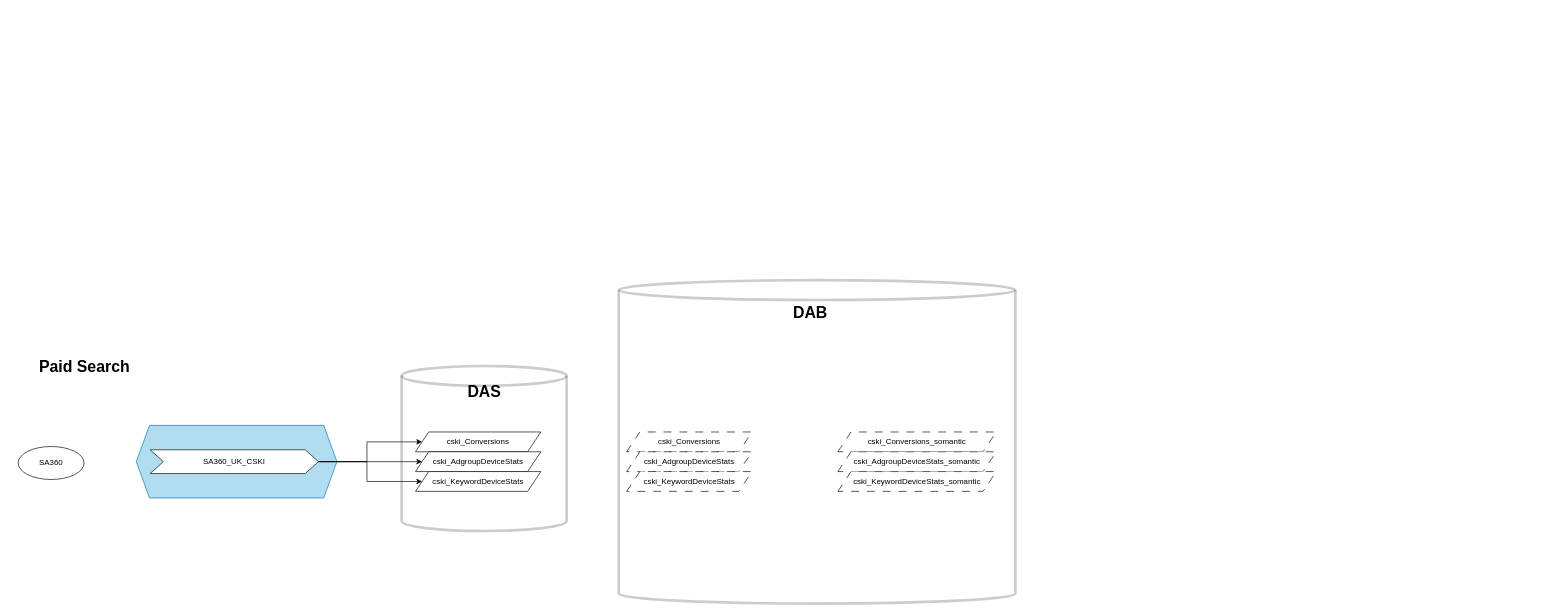
Before: cski_pipeline.drawio in DMATUI/dma_pipelines, a draw.io diagram. Source tidied: cells renumbered, new cells numbered last; positions are measured from the earlier drawing's top-left corner, leaving out a move shared by most shapes. Both pictures are drawn from the tidied source at 66%, with x=0, y=0 at pixel (18, 280).
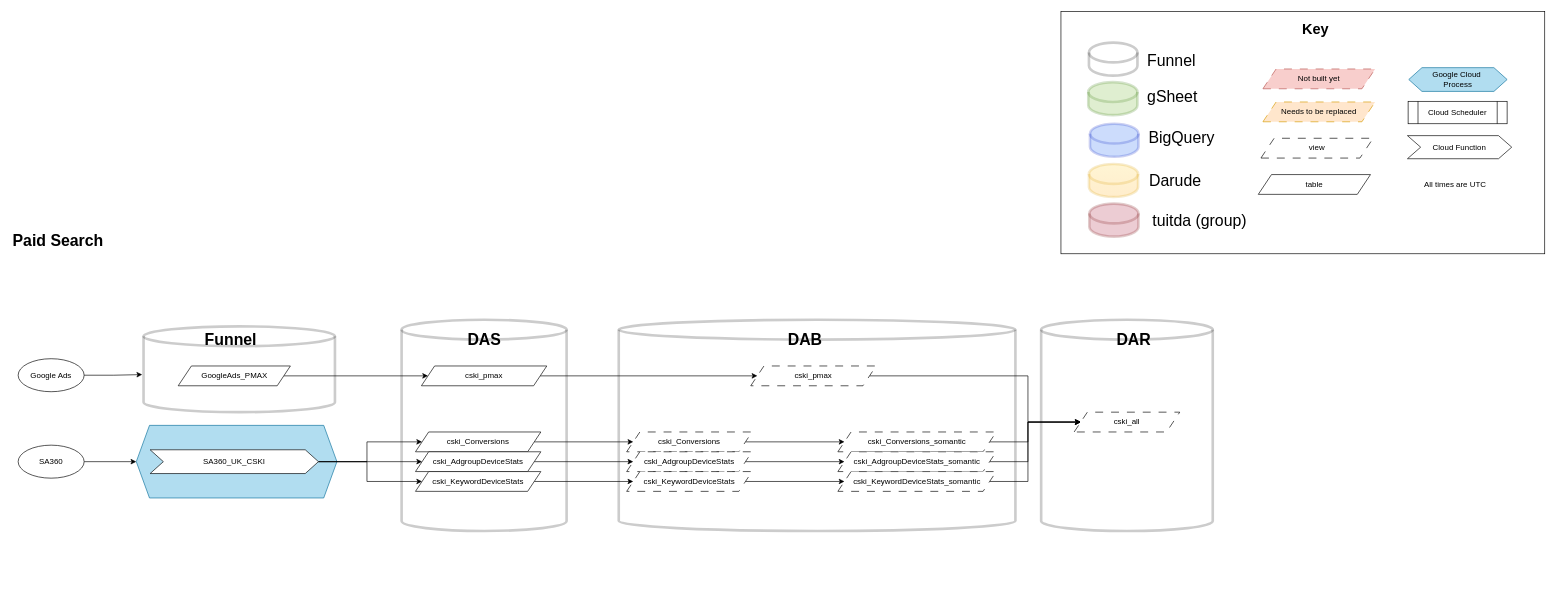
The same diagram, later.

The change refers to these unchanged cells:
```xml
<mxCell id="5" style="shape=hexagon;perimeter=hexagonPerimeter2;whiteSpace=wrap;html=1;fixedSize=1;fillColor=#b1ddf0;strokeColor=#10739e;" parent="1" vertex="1">
  <mxGeometry x="179" y="220" width="304" height="110" as="geometry" />
</mxCell>
<mxCell id="6" value="cski_Conversions" style="shape=parallelogram;perimeter=parallelogramPerimeter;whiteSpace=wrap;html=1;fixedSize=1;" parent="1" vertex="1">
  <mxGeometry x="602" y="230" width="190" height="30" as="geometry" />
</mxCell>
<mxCell id="7" value="cski_AdgroupDeviceStats" style="shape=parallelogram;perimeter=parallelogramPerimeter;whiteSpace=wrap;html=1;fixedSize=1;" parent="1" vertex="1">
  <mxGeometry x="602" y="260" width="190" height="30" as="geometry" />
</mxCell>
<mxCell id="8" value="cski_KeywordDeviceStats" style="shape=parallelogram;perimeter=parallelogramPerimeter;whiteSpace=wrap;html=1;fixedSize=1;" parent="1" vertex="1">
  <mxGeometry x="602" y="290" width="190" height="30" as="geometry" />
</mxCell>
<mxCell id="9" value="cski_Conversions" style="shape=parallelogram;perimeter=parallelogramPerimeter;whiteSpace=wrap;html=1;fixedSize=1;dashed=1;dashPattern=12 12;" parent="1" vertex="1">
  <mxGeometry x="922" y="230" width="190" height="30" as="geometry" />
</mxCell>
<mxCell id="10" value="cski_AdgroupDeviceStats" style="shape=parallelogram;perimeter=parallelogramPerimeter;whiteSpace=wrap;html=1;fixedSize=1;dashed=1;dashPattern=12 12;" parent="1" vertex="1">
  <mxGeometry x="922" y="260" width="190" height="30" as="geometry" />
</mxCell>
<mxCell id="11" value="cski_KeywordDeviceStats" style="shape=parallelogram;perimeter=parallelogramPerimeter;whiteSpace=wrap;html=1;fixedSize=1;dashed=1;dashPattern=12 12;" parent="1" vertex="1">
  <mxGeometry x="922" y="290" width="190" height="30" as="geometry" />
</mxCell>
<mxCell id="12" value="cski_Conversions_somantic" style="shape=parallelogram;perimeter=parallelogramPerimeter;whiteSpace=wrap;html=1;fixedSize=1;dashed=1;dashPattern=12 12;" parent="1" vertex="1">
  <mxGeometry x="1242" y="230" width="240" height="30" as="geometry" />
</mxCell>
<mxCell id="13" value="cski_AdgroupDeviceStats_somantic" style="shape=parallelogram;perimeter=parallelogramPerimeter;whiteSpace=wrap;html=1;fixedSize=1;dashed=1;dashPattern=12 12;" parent="1" vertex="1">
  <mxGeometry x="1242" y="260" width="240" height="30" as="geometry" />
</mxCell>
<mxCell id="14" value="cski_KeywordDeviceStats_somantic" style="shape=parallelogram;perimeter=parallelogramPerimeter;whiteSpace=wrap;html=1;fixedSize=1;dashed=1;dashPattern=12 12;" parent="1" vertex="1">
  <mxGeometry x="1242" y="290" width="240" height="30" as="geometry" />
</mxCell>
```

The edit, as a diff of the source:
```diff
@@
+    <mxCell id="22" style="shape=cylinder3;whiteSpace=wrap;html=1;boundedLbl=1;backgroundOutline=1;size=15;fillColor=light-dark(#FFFFFF,#1B6FA3);opacity=20;strokeColor=default;strokeWidth=4;" parent="1" vertex="1">
+      <mxGeometry x="1550" y="60" width="260" height="320" as="geometry" />
+    </mxCell>
     <mxCell id="2" style="shape=cylinder3;whiteSpace=wrap;html=1;boundedLbl=1;backgroundOutline=1;size=15;fillColor=light-dark(#FFFFFF,#1B6FA3);opacity=20;strokeColor=default;strokeWidth=4;" parent="1" vertex="1">
-      <mxGeometry x="910" width="601" height="490" as="geometry" />
+      <mxGeometry x="910" y="60" width="601" height="320" as="geometry" />
     </mxCell>
+    <mxCell id="23" style="edgeStyle=orthogonalEdgeStyle;rounded=0;jettySize=auto;html=1;exitX=1;exitY=0.5;exitDx=0;exitDy=0;entryX=0;entryY=0.5;entryDx=0;entryDy=0;" parent="1" edge="1" source="3" target="5">
+      <mxGeometry relative="1" as="geometry" />
+    </mxCell>
     <mxCell id="3" value="SA360" style="ellipse;whiteSpace=wrap;html=1;" parent="1" vertex="1">
-      <mxGeometry y="252" width="100" height="50" as="geometry" />
+      <mxGeometry y="250" width="100" height="50" as="geometry" />
     </mxCell>
     <mxCell id="4" style="shape=cylinder3;whiteSpace=wrap;html=1;boundedLbl=1;backgroundOutline=1;size=15;fillColor=light-dark(#FFFFFF,#1B6FA3);opacity=20;strokeColor=default;strokeWidth=4;" parent="1" vertex="1">
-      <mxGeometry x="581" y="130" width="250" height="250" as="geometry" />
+      <mxGeometry x="581" y="60" width="250" height="320" as="geometry" />
     </mxCell>
@@
+    <mxCell id="24" style="edgeStyle=orthogonalEdgeStyle;rounded=0;jettySize=auto;html=1;exitX=1;exitY=0.5;exitDx=0;exitDy=0;" parent="1" edge="1" source="6" target="9">
+      <mxGeometry relative="1" as="geometry" />
+    </mxCell>
@@
+    <mxCell id="25" style="edgeStyle=orthogonalEdgeStyle;rounded=0;jettySize=auto;html=1;exitX=1;exitY=0.5;exitDx=0;exitDy=0;entryX=0;entryY=0.5;entryDx=0;entryDy=0;" parent="1" edge="1" source="7" target="10">
+      <mxGeometry relative="1" as="geometry" />
+    </mxCell>
@@
+    <mxCell id="26" style="edgeStyle=orthogonalEdgeStyle;rounded=0;jettySize=auto;html=1;exitX=1;exitY=0.5;exitDx=0;exitDy=0;entryX=0;entryY=0.5;entryDx=0;entryDy=0;" parent="1" edge="1" source="8" target="11">
+      <mxGeometry relative="1" as="geometry" />
+    </mxCell>
@@
+    <mxCell id="27" style="edgeStyle=orthogonalEdgeStyle;rounded=0;jettySize=auto;html=1;exitX=1;exitY=0.5;exitDx=0;exitDy=0;" parent="1" edge="1" source="9" target="12">
+      <mxGeometry relative="1" as="geometry" />
+    </mxCell>
@@
+    <mxCell id="28" style="edgeStyle=orthogonalEdgeStyle;rounded=0;jettySize=auto;html=1;exitX=1;exitY=0.5;exitDx=0;exitDy=0;" parent="1" edge="1" source="10" target="13">
+      <mxGeometry relative="1" as="geometry" />
+    </mxCell>
@@
+    <mxCell id="29" style="edgeStyle=orthogonalEdgeStyle;rounded=0;jettySize=auto;html=1;exitX=1;exitY=0.5;exitDx=0;exitDy=0;entryX=0;entryY=0.5;entryDx=0;entryDy=0;" parent="1" edge="1" source="11" target="14">
+      <mxGeometry relative="1" as="geometry" />
+    </mxCell>
@@
+    <mxCell id="30" style="edgeStyle=orthogonalEdgeStyle;rounded=0;jettySize=auto;html=1;exitX=1;exitY=0.5;exitDx=0;exitDy=0;entryX=0;entryY=0.5;entryDx=0;entryDy=0;" parent="1" edge="1" source="12" target="33">
+      <mxGeometry relative="1" as="geometry">
+        <Array as="points">
+          <mxPoint x="1530" y="245" />
+          <mxPoint x="1530" y="215" />
+        </Array>
+      </mxGeometry>
+    </mxCell>
@@
+    <mxCell id="31" style="edgeStyle=orthogonalEdgeStyle;rounded=0;jettySize=auto;html=1;exitX=1;exitY=0.5;exitDx=0;exitDy=0;entryX=0;entryY=0.5;entryDx=0;entryDy=0;" parent="1" edge="1" source="13" target="33">
+      <mxGeometry relative="1" as="geometry">
+        <Array as="points">
+          <mxPoint x="1530" y="275" />
+          <mxPoint x="1530" y="215" />
+        </Array>
+      </mxGeometry>
+    </mxCell>
@@
+    <mxCell id="32" style="edgeStyle=orthogonalEdgeStyle;rounded=0;jettySize=auto;html=1;exitX=1;exitY=0.5;exitDx=0;exitDy=0;entryX=0;entryY=0.5;entryDx=0;entryDy=0;" parent="1" edge="1" source="14" target="33">
+      <mxGeometry relative="1" as="geometry">
+        <Array as="points">
+          <mxPoint x="1530" y="305" />
+          <mxPoint x="1530" y="215" />
+        </Array>
+      </mxGeometry>
+    </mxCell>
@@
     <mxCell id="19" value="&lt;h1 style=&quot;margin-top: 0px;&quot;&gt;Paid Search&lt;/h1&gt;" style="text;html=1;whiteSpace=wrap;overflow=hidden;rounded=0;" parent="1" vertex="1">
-      <mxGeometry x="30" y="110" width="180" height="40" as="geometry" />
+      <mxGeometry x="-10" y="-80" width="180" height="40" as="geometry" />
     </mxCell>
     <mxCell id="20" value="DAS" style="text;strokeColor=none;fillColor=none;html=1;fontSize=24;fontStyle=1;verticalAlign=middle;align=center;" parent="1" vertex="1">
-      <mxGeometry x="656" y="150" width="100" height="40" as="geometry" />
+      <mxGeometry x="656" y="70" width="100" height="40" as="geometry" />
     </mxCell>
     <mxCell id="21" value="DAB" style="text;strokeColor=none;fillColor=none;html=1;fontSize=24;fontStyle=1;verticalAlign=middle;align=center;" parent="1" vertex="1">
-      <mxGeometry x="1150" y="30" width="100" height="40" as="geometry" />
+      <mxGeometry x="1142" y="70" width="100" height="40" as="geometry" />
     </mxCell>
+    <mxCell id="33" value="cski_all" style="shape=parallelogram;perimeter=parallelogramPerimeter;whiteSpace=wrap;html=1;fixedSize=1;dashed=1;dashPattern=12 12;" parent="1" vertex="1">
+      <mxGeometry x="1600" y="200" width="160" height="30" as="geometry" />
+    </mxCell>
+    <mxCell id="34" value="Google Ads" style="ellipse;whiteSpace=wrap;html=1;" parent="1" vertex="1">
+      <mxGeometry y="119" width="100" height="50" as="geometry" />
+    </mxCell>
+    <mxCell id="35" style="shape=cylinder3;whiteSpace=wrap;html=1;boundedLbl=1;backgroundOutline=1;size=15;fillColor=light-dark(#FFFFFF,#D335FF);opacity=20;strokeColor=default;strokeWidth=4;" parent="1" vertex="1">
+      <mxGeometry x="190" y="70" width="290" height="130" as="geometry" />
+    </mxCell>
+    <mxCell id="36" style="edgeStyle=orthogonalEdgeStyle;rounded=0;jettySize=auto;html=1;exitX=1;exitY=0.5;exitDx=0;exitDy=0;" parent="1" edge="1" source="37" target="40">
+      <mxGeometry relative="1" as="geometry" />
+    </mxCell>
+    <mxCell id="37" value="GoogleAds_PMAX" style="shape=parallelogram;perimeter=parallelogramPerimeter;whiteSpace=wrap;html=1;fixedSize=1;" parent="1" vertex="1">
+      <mxGeometry x="242.5" y="130" width="170" height="30" as="geometry" />
+    </mxCell>
+    <mxCell id="38" value="Funnel" style="text;strokeColor=none;fillColor=none;html=1;fontSize=24;fontStyle=1;verticalAlign=middle;align=left;" parent="1" vertex="1">
+      <mxGeometry x="281" y="70" width="100" height="40" as="geometry" />
+    </mxCell>
+    <mxCell id="39" style="edgeStyle=orthogonalEdgeStyle;rounded=0;jettySize=auto;html=1;exitX=1;exitY=0.5;exitDx=0;exitDy=0;entryX=0;entryY=0.5;entryDx=0;entryDy=0;" parent="1" edge="1" source="40" target="42">
+      <mxGeometry relative="1" as="geometry" />
+    </mxCell>
+    <mxCell id="40" value="cski_pmax" style="shape=parallelogram;perimeter=parallelogramPerimeter;whiteSpace=wrap;html=1;fixedSize=1;" parent="1" vertex="1">
+      <mxGeometry x="611" y="130" width="190" height="30" as="geometry" />
+    </mxCell>
+    <mxCell id="41" style="edgeStyle=orthogonalEdgeStyle;rounded=0;jettySize=auto;html=1;exitX=1;exitY=0.5;exitDx=0;exitDy=0;entryX=0;entryY=0.5;entryDx=0;entryDy=0;" parent="1" edge="1" source="42" target="33">
+      <mxGeometry relative="1" as="geometry">
+        <Array as="points">
+          <mxPoint x="1530" y="145" />
+          <mxPoint x="1530" y="215" />
+        </Array>
+      </mxGeometry>
+    </mxCell>
+    <mxCell id="42" value="cski_pmax" style="shape=parallelogram;perimeter=parallelogramPerimeter;whiteSpace=wrap;html=1;fixedSize=1;dashed=1;dashPattern=12 12;" parent="1" vertex="1">
+      <mxGeometry x="1110" y="130" width="190" height="30" as="geometry" />
+    </mxCell>
+    <mxCell id="43" style="edgeStyle=orthogonalEdgeStyle;rounded=0;jettySize=auto;html=1;exitX=1;exitY=0.5;exitDx=0;exitDy=0;entryX=-0.007;entryY=0.562;entryDx=0;entryDy=0;entryPerimeter=0;" parent="1" edge="1" source="34" target="35">
+      <mxGeometry relative="1" as="geometry" />
+    </mxCell>
+    <mxCell id="44" value="DAR" style="text;strokeColor=none;fillColor=none;html=1;fontSize=24;fontStyle=1;verticalAlign=middle;align=center;" parent="1" vertex="1">
+      <mxGeometry x="1640" y="70" width="100" height="40" as="geometry" />
+    </mxCell>
+    <mxCell id="45" style="rounded=0;whiteSpace=wrap;html=1;strokeColor=light-dark(#000000,#FF0A98);" parent="1" vertex="1">
+      <mxGeometry x="1580" y="-407" width="733" height="367" as="geometry" />
+    </mxCell>
+    <mxCell id="46" value="Not built yet" style="shape=parallelogram;perimeter=parallelogramPerimeter;whiteSpace=wrap;html=1;fixedSize=1;fillColor=#f8cecc;strokeColor=#b85450;dashed=1;dashPattern=12 12;" parent="1" vertex="1">
+      <mxGeometry x="1886" y="-320" width="170" height="30" as="geometry" />
+    </mxCell>
+    <mxCell id="47" value="Needs to be replaced" style="shape=parallelogram;perimeter=parallelogramPerimeter;whiteSpace=wrap;html=1;fixedSize=1;fillColor=#ffe6cc;strokeColor=#d79b00;dashed=1;dashPattern=12 12;" parent="1" vertex="1">
+      <mxGeometry x="1886" y="-270" width="170" height="30" as="geometry" />
+    </mxCell>
+    <mxCell id="48" value="&lt;font style=&quot;font-size: 22px;&quot;&gt;&lt;b&gt;Key&lt;/b&gt;&lt;/font&gt;" style="text;html=1;align=center;verticalAlign=middle;whiteSpace=wrap;rounded=0;" parent="1" vertex="1">
+      <mxGeometry x="1936" y="-395" width="60" height="30" as="geometry" />
+    </mxCell>
+    <mxCell id="49" value="table" style="shape=parallelogram;perimeter=parallelogramPerimeter;whiteSpace=wrap;html=1;fixedSize=1;" parent="1" vertex="1">
+      <mxGeometry x="1879" y="-160" width="170" height="30" as="geometry" />
+    </mxCell>
+    <mxCell id="50" value="view" style="shape=parallelogram;perimeter=parallelogramPerimeter;whiteSpace=wrap;html=1;fixedSize=1;dashed=1;dashPattern=12 12;" parent="1" vertex="1">
+      <mxGeometry x="1883" y="-215" width="170" height="30" as="geometry" />
+    </mxCell>
+    <mxCell id="51" style="shape=cylinder3;whiteSpace=wrap;html=1;boundedLbl=1;backgroundOutline=1;size=15;fillColor=light-dark(#FFFFFF,#D335FF);opacity=20;strokeColor=default;strokeWidth=4;" parent="1" vertex="1">
+      <mxGeometry x="1622.4" y="-360" width="73.5" height="50" as="geometry" />
+    </mxCell>
+    <mxCell id="52" style="shape=cylinder3;whiteSpace=wrap;html=1;boundedLbl=1;backgroundOutline=1;size=15;fillColor=#60a917;opacity=20;strokeColor=#2D7600;strokeWidth=4;fontColor=#ffffff;" parent="1" vertex="1">
+      <mxGeometry x="1621.4" y="-300" width="74.5" height="50" as="geometry" />
+    </mxCell>
+    <mxCell id="53" style="shape=cylinder3;whiteSpace=wrap;html=1;boundedLbl=1;backgroundOutline=1;size=15;fillColor=#0050ef;opacity=20;strokeColor=#001DBC;strokeWidth=4;fontColor=#ffffff;" parent="1" vertex="1">
+      <mxGeometry x="1624" y="-237" width="73.5" height="50" as="geometry" />
+    </mxCell>
+    <mxCell id="54" value="gSheet" style="text;strokeColor=none;fillColor=none;html=1;fontSize=24;fontStyle=0;verticalAlign=middle;align=left;" parent="1" vertex="1">
+      <mxGeometry x="1708.6" y="-297.5" width="100" height="40" as="geometry" />
+    </mxCell>
+    <mxCell id="55" value="Funnel" style="text;strokeColor=none;fillColor=none;html=1;fontSize=24;fontStyle=0;verticalAlign=middle;align=left;" parent="1" vertex="1">
+      <mxGeometry x="1708.6" y="-352.5" width="100" height="40" as="geometry" />
+    </mxCell>
+    <mxCell id="56" value="BigQuery" style="text;strokeColor=none;fillColor=none;html=1;fontSize=24;fontStyle=0;verticalAlign=middle;align=left;" parent="1" vertex="1">
+      <mxGeometry x="1711" y="-236" width="100" height="40" as="geometry" />
+    </mxCell>
+    <mxCell id="57" value="Darude" style="text;strokeColor=none;fillColor=none;html=1;fontSize=24;fontStyle=0;verticalAlign=middle;align=left;" parent="1" vertex="1">
+      <mxGeometry x="1712" y="-170" width="100" height="40" as="geometry" />
+    </mxCell>
+    <mxCell id="58" style="shape=cylinder3;whiteSpace=wrap;html=1;boundedLbl=1;backgroundOutline=1;size=15;opacity=20;strokeWidth=4;fillColor=#ffcd28;gradientColor=#ffa500;strokeColor=#d79b00;" parent="1" vertex="1">
+      <mxGeometry x="1622.4" y="-176" width="74.5" height="50" as="geometry" />
+    </mxCell>
+    <mxCell id="59" value="tuitda (group)" style="text;strokeColor=none;fillColor=none;html=1;fontSize=24;fontStyle=0;verticalAlign=middle;align=left;" parent="1" vertex="1">
+      <mxGeometry x="1716.6" y="-110" width="100" height="40" as="geometry" />
+    </mxCell>
+    <mxCell id="60" style="shape=cylinder3;whiteSpace=wrap;html=1;boundedLbl=1;backgroundOutline=1;size=15;opacity=20;strokeWidth=4;fillColor=#a20025;strokeColor=#6F0000;fontColor=#ffffff;" parent="1" vertex="1">
+      <mxGeometry x="1623" y="-116" width="74.5" height="50" as="geometry" />
+    </mxCell>
+    <mxCell id="61" value="All times are UTC" style="text;html=1;align=center;verticalAlign=middle;strokeColor=none;fillColor=none;" parent="1" vertex="1">
+      <mxGeometry x="2121" y="-158" width="112" height="26" as="geometry" />
+    </mxCell>
+    <mxCell id="62" value="Google Cloud&amp;nbsp;&lt;div&gt;Process&lt;/div&gt;" style="shape=hexagon;perimeter=hexagonPerimeter2;whiteSpace=wrap;html=1;fixedSize=1;fillColor=#b1ddf0;strokeColor=#10739e;" parent="1" vertex="1">
+      <mxGeometry x="2107" y="-322" width="149" height="36" as="geometry" />
+    </mxCell>
+    <mxCell id="63" value="Cloud Scheduler" style="shape=process;whiteSpace=wrap;html=1;backgroundOutline=1;" parent="1" vertex="1">
+      <mxGeometry x="2106" y="-271" width="150" height="34" as="geometry" />
+    </mxCell>
+    <mxCell id="64" value="Cloud Function" style="shape=step;perimeter=stepPerimeter;whiteSpace=wrap;html=1;fixedSize=1;" parent="1" vertex="1">
+      <mxGeometry x="2105" y="-219" width="158" height="35" as="geometry" />
+    </mxCell>
```
